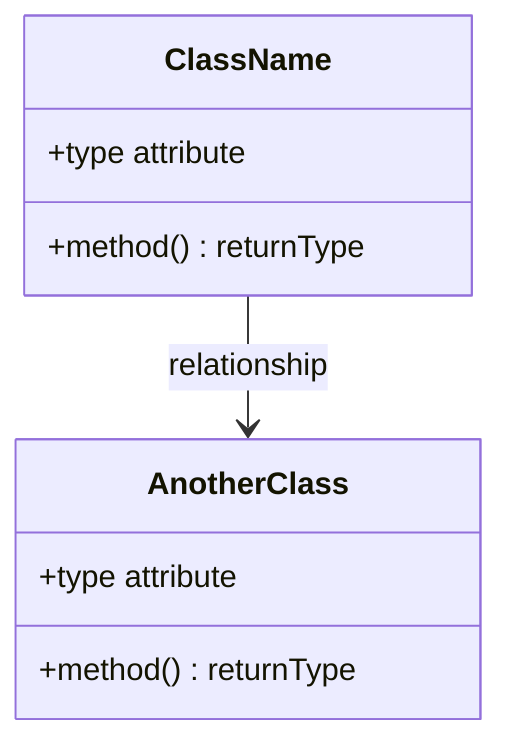
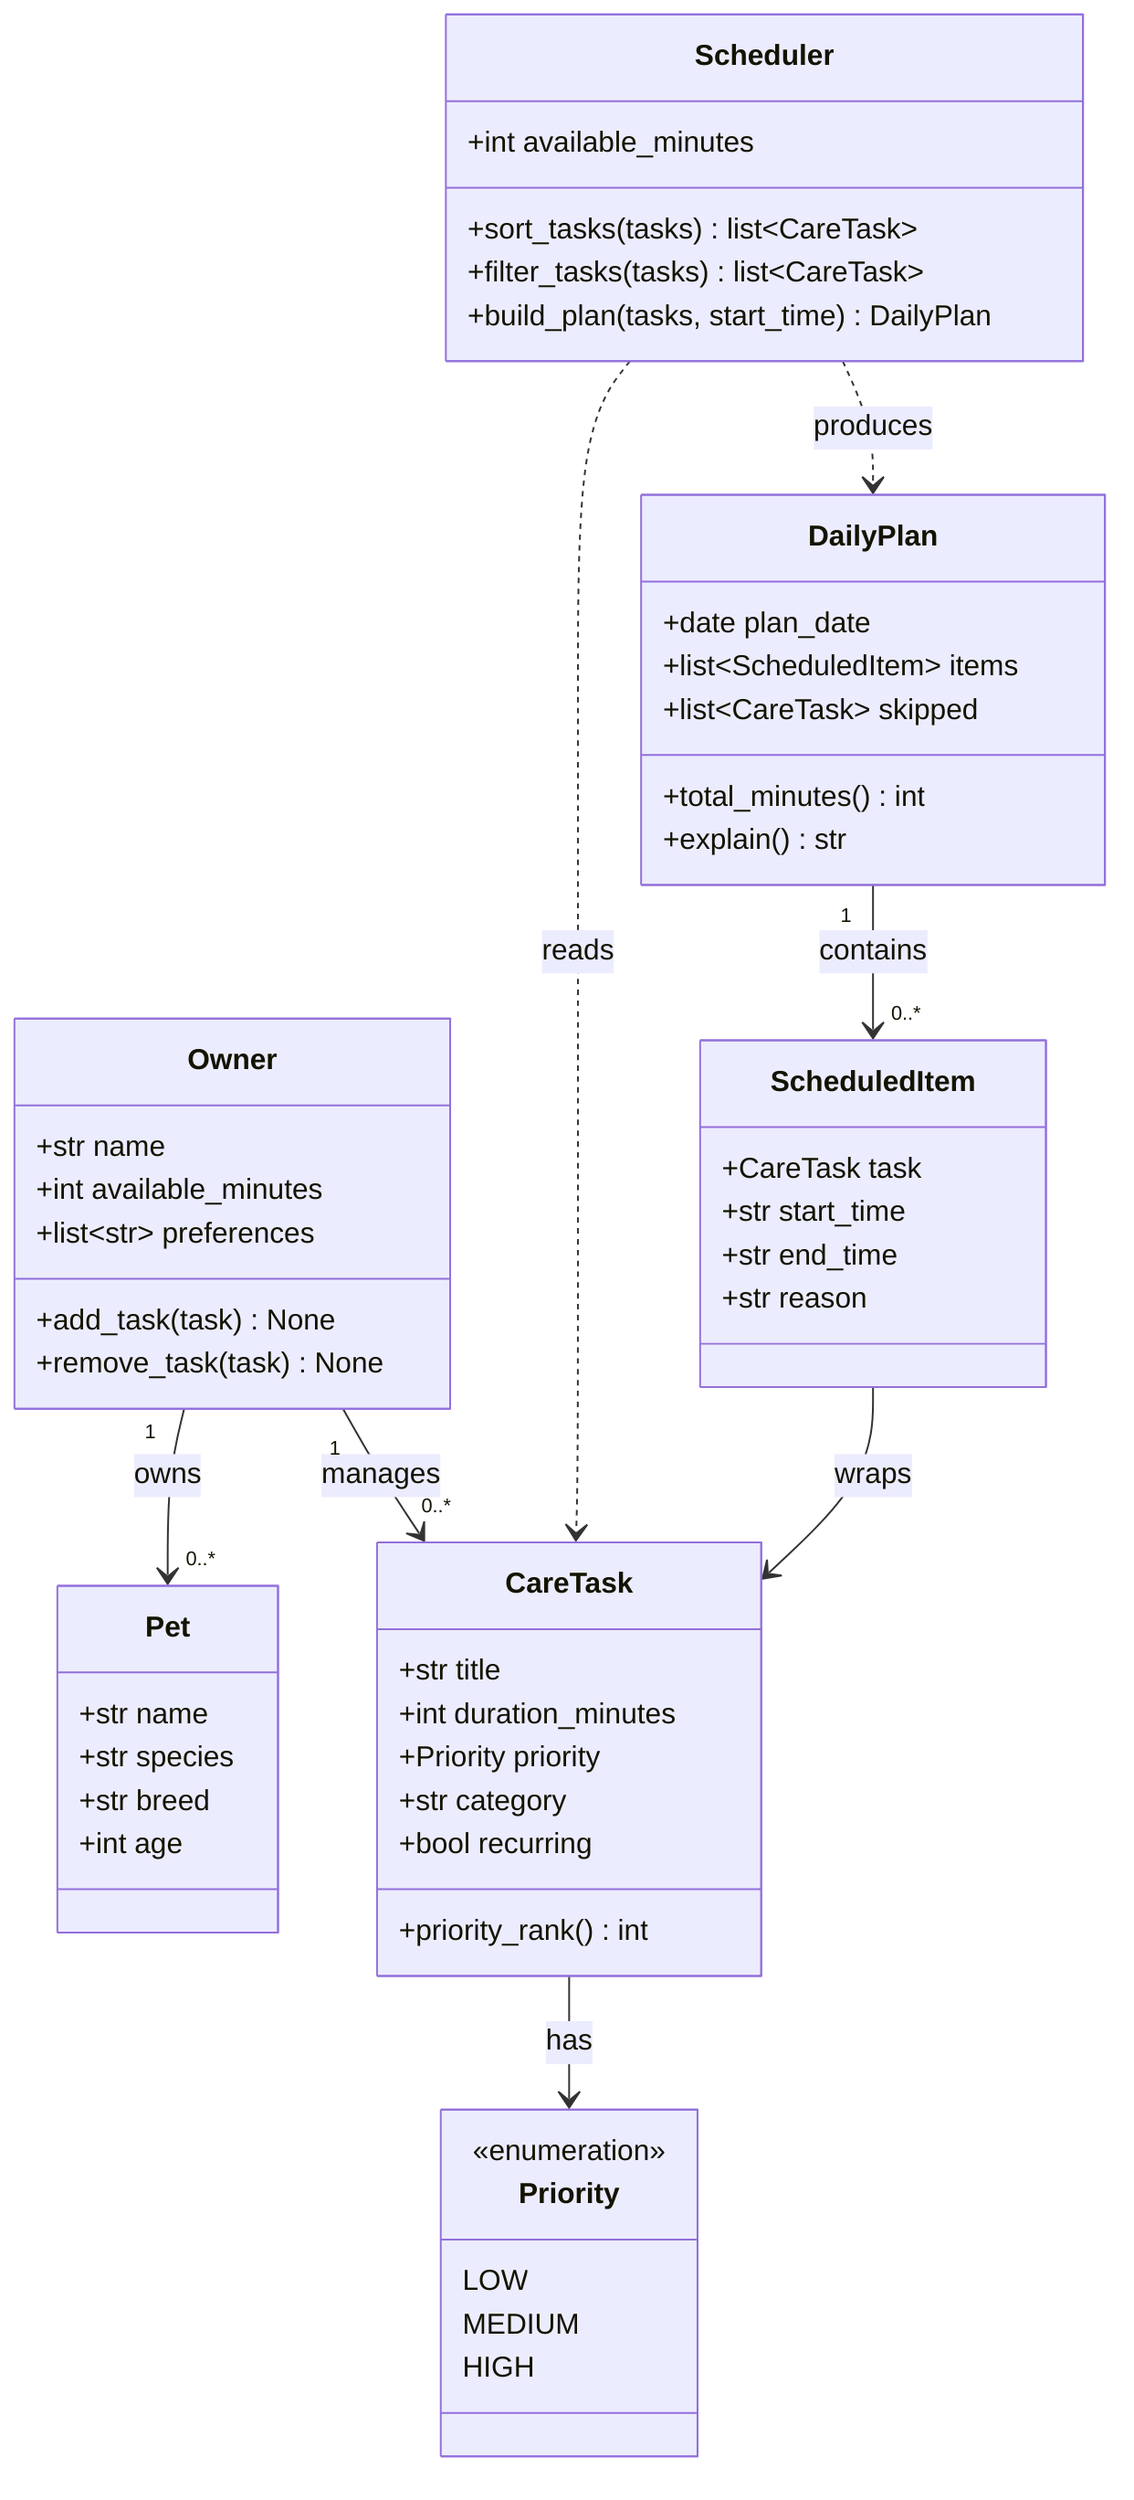
classDiagram
-     %% Replace the placeholders below with your actual classes, attributes, methods, and relationships.
+     %% PawPal+ — pet care planning assistant
    %% Keep this file updated so it matches your final implementation.

-     class ClassName {
-         +type attribute
-         +method() returnType
+     class Priority {
+         <<enumeration>>
+         LOW
+         MEDIUM
+         HIGH
    }

-     class AnotherClass {
-         +type attribute
-         +method() returnType
+     class Owner {
+         +str name
+         +int available_minutes
+         +list~str~ preferences
+         +add_task(task) None
+         +remove_task(task) None
    }

-     ClassName --> AnotherClass : relationship
+     class Pet {
+         +str name
+         +str species
+         +str breed
+         +int age
+     }
+ 
+     class CareTask {
+         +str title
+         +int duration_minutes
+         +Priority priority
+         +str category
+         +bool recurring
+         +priority_rank() int
+     }
+ 
+     class Scheduler {
+         +int available_minutes
+         +sort_tasks(tasks) list~CareTask~
+         +filter_tasks(tasks) list~CareTask~
+         +build_plan(tasks, start_time) DailyPlan
+     }
+ 
+     class ScheduledItem {
+         +CareTask task
+         +str start_time
+         +str end_time
+         +str reason
+     }
+ 
+     class DailyPlan {
+         +date plan_date
+         +list~ScheduledItem~ items
+         +list~CareTask~ skipped
+         +total_minutes() int
+         +explain() str
+     }
+ 
+     Owner "1" --> "0..*" Pet : owns
+     Owner "1" --> "0..*" CareTask : manages
+     CareTask --> Priority : has
+     Scheduler ..> CareTask : reads
+     Scheduler ..> DailyPlan : produces
+     DailyPlan "1" --> "0..*" ScheduledItem : contains
+     ScheduledItem --> CareTask : wraps
